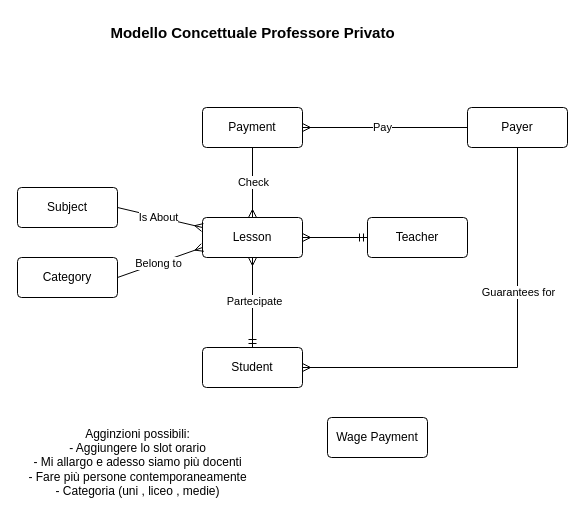
Above: SteveJobs/DATA-MANAGEMENT/ProfPrivato/prof_privato.dio in DavideDamico/ITS-Steve-Jobs (draw.io), before the change. Source tidied: cells renumbered, new cells numbered last; positions are measured from the earlier drawing's top-left corner, leaving out a move shared by most shapes. Both pictures are drawn from the tidied source at 100%, with x=0, y=0 at pixel (17, 17).
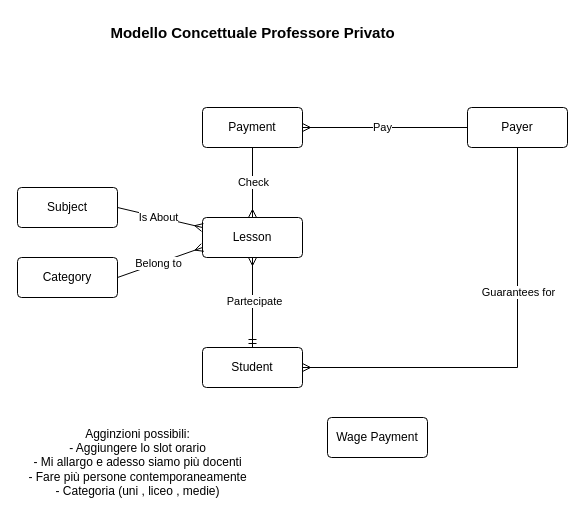
The same diagram, later.

Unchanged cells that the change refers to:
```xml
<mxCell id="4" value="Lesson" style="rounded=1;arcSize=10;whiteSpace=wrap;html=1;align=center;" parent="1" vertex="1">
  <mxGeometry x="185" y="200" width="100" height="40" as="geometry" />
</mxCell>
```

What changed in the source:
```diff
@@
-    <mxCell id="21" value="Teacher" style="rounded=1;arcSize=10;whiteSpace=wrap;html=1;align=center;" parent="1" vertex="1">
-      <mxGeometry x="350" y="200" width="100" height="40" as="geometry" />
-    </mxCell>
-    <mxCell id="22" style="endArrow=ERmandOne;html=1;rounded=0;exitX=1;exitY=0.5;exitDx=0;exitDy=0;entryX=0;entryY=0.5;entryDx=0;entryDy=0;startArrow=ERmany;startFill=0;endFill=0;" parent="1" edge="1" source="4" target="21">
-      <mxGeometry relative="1" as="geometry" />
-    </mxCell>
```
